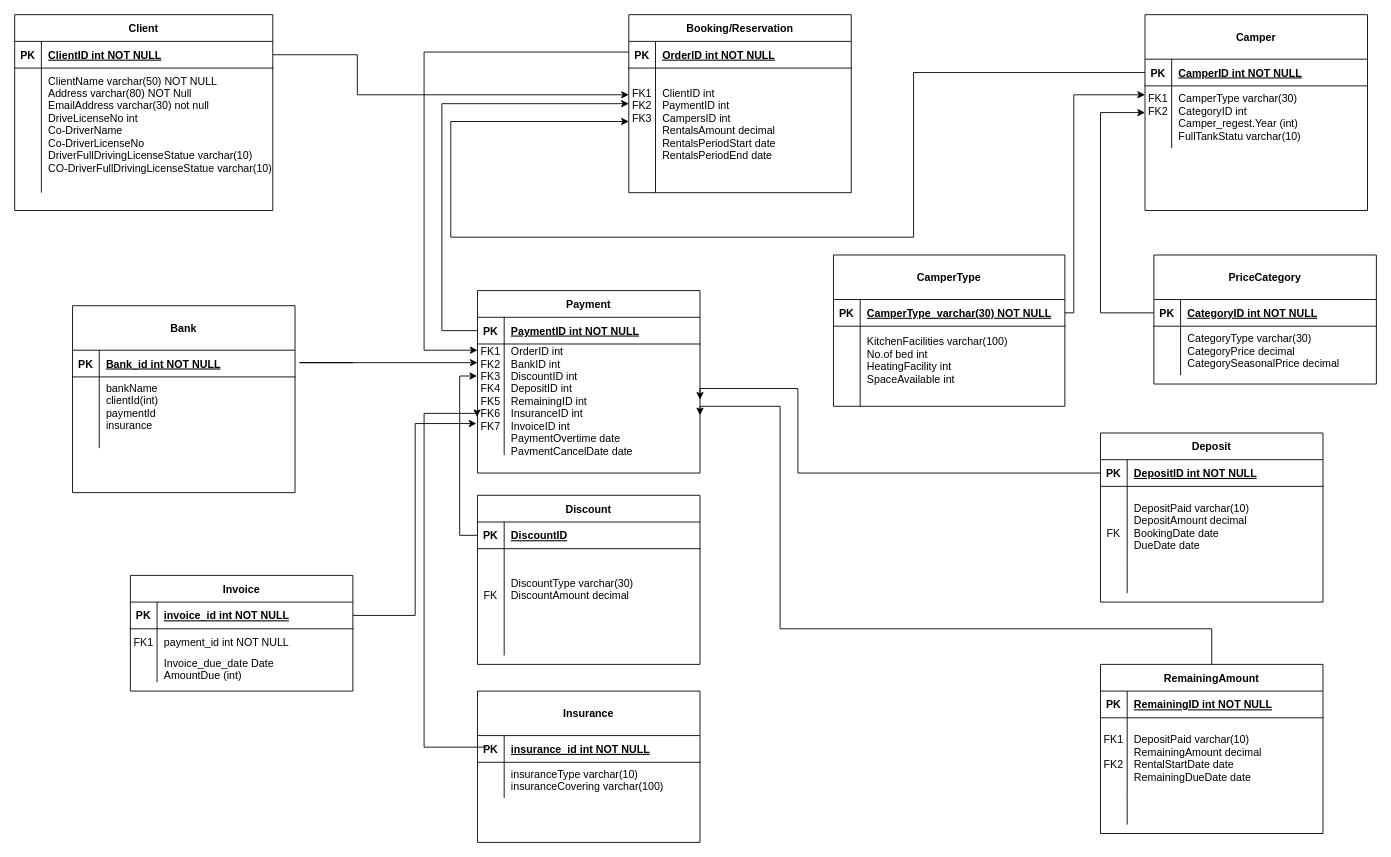
The draw.io diagram page "ERD" (1 of 3) of Document/ER_DiagramCamper.drawio in Fei-D20/The_Autocamper_rental_business, before the edit. Source tidied: cells renumbered, new cells numbered last; positions are measured from the earlier drawing's top-left corner, leaving out a move shared by most shapes. Both pictures are drawn from the tidied source at 89%, with x=0, y=0 at pixel (14, 14).
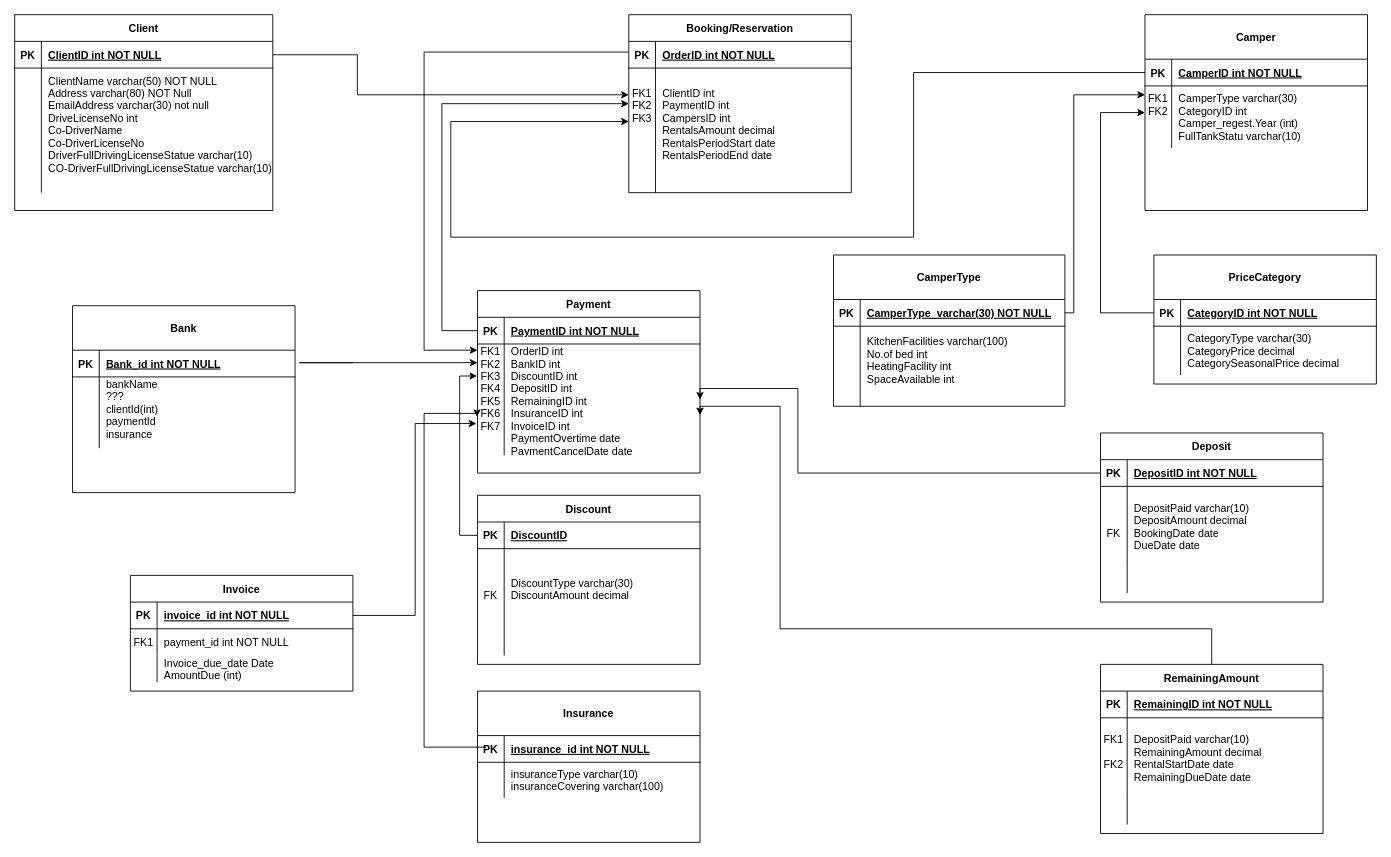
The same diagram, later.

Unchanged cells that the change refers to:
```xml
<mxCell id="88" style="shape=partialRectangle;fillColor=none;top=0;left=0;right=0;bottom=0;" parent="84" vertex="1">
  <mxGeometry y="80" width="250" height="80" as="geometry" />
</mxCell>
```

The edit, as a diff of the source:
```diff
@@
-    <mxCell id="90" value="bankName&#10;clientId(int)&#10;paymentId&#10;insurance&#10;" style="shape=partialRectangle;overflow=hidden;fillColor=none;top=0;left=0;bottom=0;right=0;align=left;spacingLeft=6;" parent="88" vertex="1">
+    <mxCell id="90" value="bankName&#10;???&#10;clientId(int)&#10;paymentId&#10;insurance&#10;" style="shape=partialRectangle;overflow=hidden;fillColor=none;top=0;left=0;bottom=0;right=0;align=left;spacingLeft=6;" parent="88" vertex="1">
       <mxGeometry x="30" width="220" height="80" as="geometry" />
     </mxCell>
```
